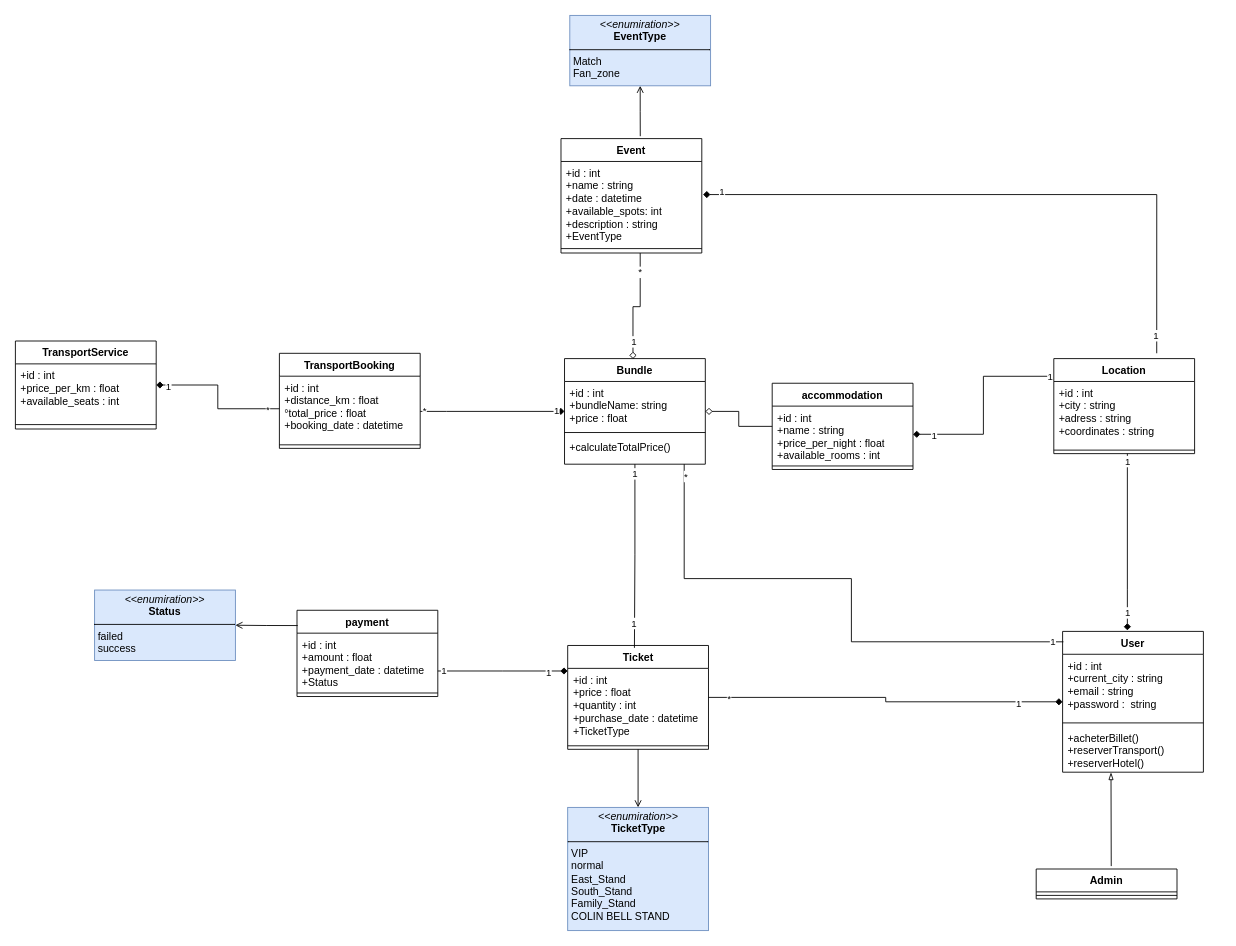
Before: yalla/public/assets/diagrams/V3.drawio in eljassimi/Yalla-Filrouge, a draw.io diagram. Source tidied: cells renumbered, new cells numbered last; positions are measured from the earlier drawing's top-left corner, leaving out a move shared by most shapes. Both pictures are drawn from the tidied source at 88%, with x=0, y=0 at pixel (15, 15).
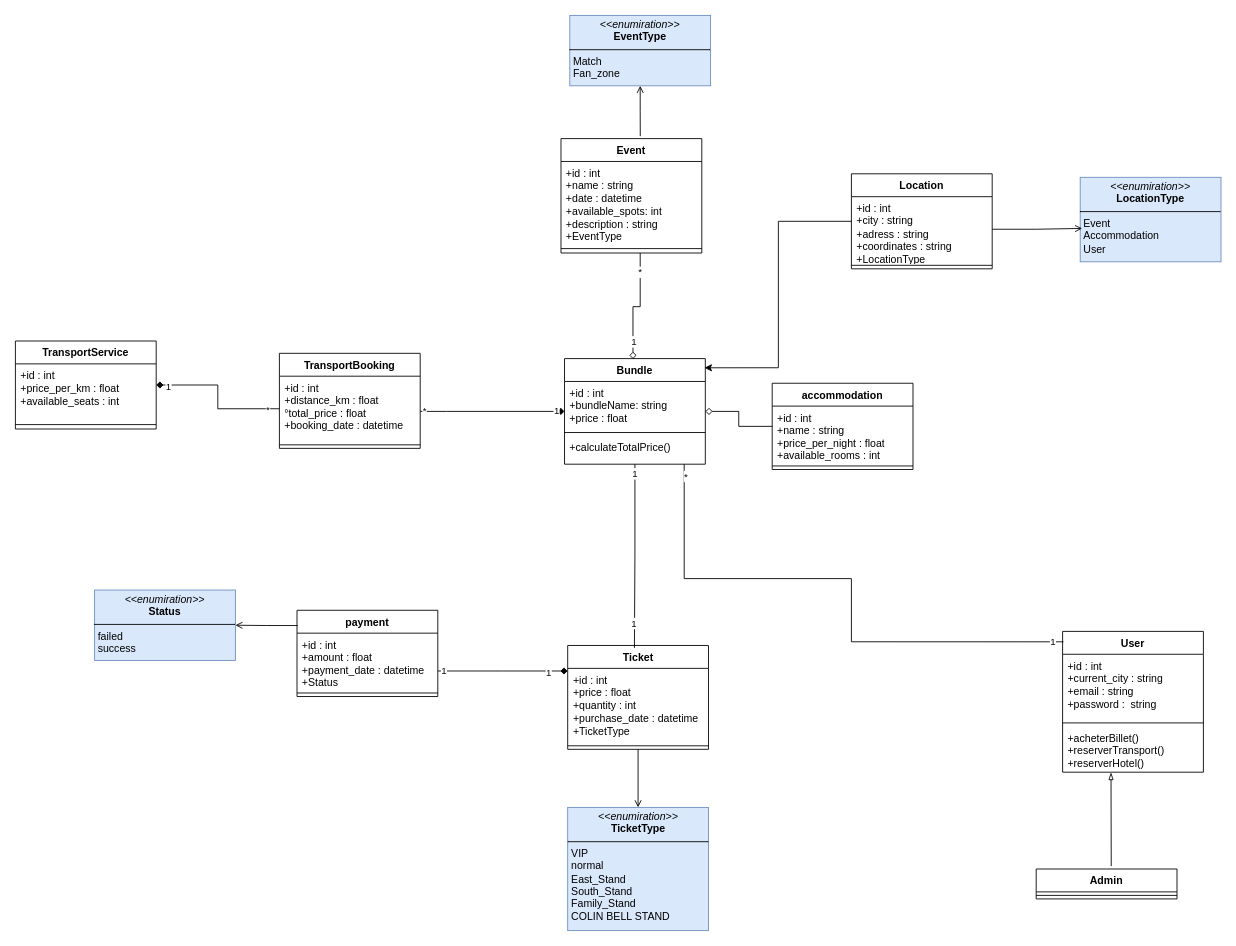
Above is the later version.

Unchanged cells that the change refers to:
```xml
<mxCell id="4" value="User" style="swimlane;fontStyle=1;align=center;verticalAlign=top;horizontal=1;startSize=26;whiteSpace=wrap;html=1;" parent="1" vertex="1">
  <mxGeometry x="1190" y="700" width="160" height="160" as="geometry" />
</mxCell>
<mxCell id="18" value="+id : int&lt;br&gt;+name : string&lt;br&gt;+date : datetime&amp;nbsp;&lt;br&gt;+available_spots:&amp;nbsp;int&lt;br&gt;+description : string&amp;nbsp;&lt;div&gt;+EventType&lt;/div&gt;" style="text;strokeColor=none;fillColor=none;align=left;verticalAlign=top;spacingLeft=4;spacingRight=4;overflow=hidden;points=[[0,0.5],[1,0.5]];portConstraint=eastwest;whiteSpace=wrap;html=1;" parent="17" vertex="1">
  <mxGeometry y="26" width="160" height="94" as="geometry" />
</mxCell>
<mxCell id="21" value="Ticket" style="swimlane;fontStyle=1;align=center;verticalAlign=top;horizontal=1;startSize=26;whiteSpace=wrap;html=1;" parent="1" vertex="1">
  <mxGeometry x="627.6" y="716" width="160" height="118" as="geometry" />
</mxCell>
<mxCell id="35" value="+id : int&lt;br&gt;+name : string&lt;div&gt;+price_per_night : float&lt;/div&gt;&lt;div&gt;+available_rooms : int&lt;/div&gt;" style="text;strokeColor=none;fillColor=none;align=left;verticalAlign=top;spacingLeft=4;spacingRight=4;overflow=hidden;points=[[0,0.5],[1,0.5]];portConstraint=eastwest;whiteSpace=wrap;html=1;" parent="34" vertex="1">
  <mxGeometry y="26" width="160" height="64" as="geometry" />
</mxCell>
<mxCell id="52" value="Bundle" style="swimlane;fontStyle=1;align=center;verticalAlign=top;horizontal=1;startSize=26;whiteSpace=wrap;html=1;" parent="1" vertex="1">
  <mxGeometry x="624" y="390" width="160" height="120" as="geometry" />
</mxCell>
```

Diff of the diagram source:
```diff
@@
-    <mxCell id="24" style="edgeStyle=orthogonalEdgeStyle;rounded=0;jettySize=auto;html=1;endArrow=diamond;endFill=1;elbow=vertical;exitX=-0.015;exitY=0.186;exitDx=0;exitDy=0;exitPerimeter=0;" parent="1" edge="1" source="27" target="35">
-      <mxGeometry relative="1" as="geometry" />
-    </mxCell>
-    <mxCell id="25" value="1" style="edgeLabel;html=1;align=center;verticalAlign=middle;" parent="24" vertex="1">
-      <mxGeometry x="-0.98" relative="1" as="geometry" />
-    </mxCell>
-    <mxCell id="26" value="1" style="edgeLabel;html=1;align=center;verticalAlign=middle;" parent="24" vertex="1">
-      <mxGeometry x="0.79" y="1" relative="1" as="geometry" />
-    </mxCell>
     <mxCell id="27" value="Location" style="swimlane;fontStyle=1;align=center;verticalAlign=top;horizontal=1;startSize=26;whiteSpace=wrap;html=1;" parent="1" vertex="1">
-      <mxGeometry x="1180" y="390" width="160" height="108" as="geometry" />
+      <mxGeometry x="950" y="180" width="160" height="108" as="geometry" />
     </mxCell>
-    <mxCell id="28" value="+id : int&lt;br&gt;&lt;div&gt;+city : string&lt;/div&gt;&lt;div&gt;+adress : string&lt;/div&gt;&lt;div&gt;+coordinates : string&amp;nbsp;&lt;/div&gt;" style="text;strokeColor=none;fillColor=none;align=left;verticalAlign=top;spacingLeft=4;spacingRight=4;overflow=hidden;points=[[0,0.5],[1,0.5]];portConstraint=eastwest;whiteSpace=wrap;html=1;" parent="27" vertex="1">
+    <mxCell id="28" value="+id : int&lt;br&gt;&lt;div&gt;+city : string&lt;/div&gt;&lt;div&gt;+adress : string&lt;/div&gt;&lt;div&gt;+coordinates : string&amp;nbsp;&lt;/div&gt;&lt;div&gt;+LocationType&lt;/div&gt;" style="text;strokeColor=none;fillColor=none;align=left;verticalAlign=top;spacingLeft=4;spacingRight=4;overflow=hidden;points=[[0,0.5],[1,0.5]];portConstraint=eastwest;whiteSpace=wrap;html=1;" parent="27" vertex="1">
       <mxGeometry y="26" width="160" height="74" as="geometry" />
     </mxCell>
@@
-    <mxCell id="44" style="edgeStyle=elbowEdgeStyle;rounded=0;jettySize=auto;html=1;endArrow=none;startFill=1;startArrow=diamond;" parent="1" edge="1" source="4" target="21">
-      <mxGeometry relative="1" as="geometry" />
-    </mxCell>
-    <mxCell id="45" value="*" style="edgeLabel;html=1;align=center;verticalAlign=middle;" parent="44" vertex="1">
-      <mxGeometry x="0.89" y="1" relative="1" as="geometry" />
-    </mxCell>
-    <mxCell id="46" value="1" style="edgeLabel;html=1;align=center;verticalAlign=middle;" parent="44" vertex="1">
-      <mxGeometry x="-0.75" y="1" relative="1" as="geometry" />
-    </mxCell>
@@
-    <mxCell id="59" style="edgeStyle=orthogonalEdgeStyle;rounded=0;jettySize=auto;html=1;entryX=0.46;entryY=-0.007;entryDx=0;entryDy=0;entryPerimeter=0;endArrow=diamond;endFill=1;elbow=vertical;" parent="1" edge="1" source="27" target="4">
-      <mxGeometry relative="1" as="geometry">
-        <Array as="points">
-          <mxPoint x="1264" y="652" />
-        </Array>
-      </mxGeometry>
-    </mxCell>
-    <mxCell id="60" value="1" style="edgeLabel;html=1;align=center;verticalAlign=middle;" parent="59" vertex="1">
-      <mxGeometry x="-0.92" relative="1" as="geometry" />
-    </mxCell>
-    <mxCell id="61" value="1" style="edgeLabel;html=1;align=center;verticalAlign=middle;" parent="59" vertex="1">
-      <mxGeometry x="0.79" relative="1" as="geometry" />
-    </mxCell>
-    <mxCell id="62" style="edgeStyle=orthogonalEdgeStyle;rounded=0;jettySize=auto;html=1;entryX=0.731;entryY=-0.056;entryDx=0;entryDy=0;exitX=1.009;exitY=0.4;exitDx=0;exitDy=0;exitPerimeter=0;endArrow=none;endFill=1;elbow=vertical;entryPerimeter=0;startFill=1;startArrow=diamond;" parent="1" edge="1" source="18" target="27">
-      <mxGeometry relative="1" as="geometry" />
-    </mxCell>
-    <mxCell id="63" value="1" style="edgeLabel;html=1;align=center;verticalAlign=middle;" parent="62" vertex="1">
-      <mxGeometry x="-0.94" y="3" relative="1" as="geometry" />
-    </mxCell>
-    <mxCell id="64" value="1" style="edgeLabel;html=1;align=center;verticalAlign=middle;" parent="62" vertex="1">
-      <mxGeometry x="0.94" y="-1" relative="1" as="geometry" />
-    </mxCell>
@@
+    <mxCell id="71" style="edgeStyle=orthogonalEdgeStyle;rounded=0;jettySize=auto;html=1;entryX=0.994;entryY=0.087;entryDx=0;entryDy=0;entryPerimeter=0;" parent="1" edge="1" source="27" target="52">
+      <mxGeometry relative="1" as="geometry" />
+    </mxCell>
+    <mxCell id="72" value="&lt;p style=&quot;margin:0px;margin-top:4px;text-align:center;&quot;&gt;&lt;i&gt;&amp;lt;&amp;lt;enumiration&amp;gt;&amp;gt;&lt;/i&gt;&lt;br&gt;&lt;b&gt;LocationType&lt;/b&gt;&lt;/p&gt;&lt;hr size=&quot;1&quot; style=&quot;border-style:solid;&quot;&gt;&lt;p style=&quot;margin:0px;margin-left:4px;&quot;&gt;Event&lt;br&gt;Accommodation&lt;br&gt;User&lt;/p&gt;&lt;p style=&quot;margin:0px;margin-left:4px;&quot;&gt;&lt;br&gt;&lt;/p&gt;" style="verticalAlign=top;align=left;overflow=fill;html=1;whiteSpace=wrap;fillColor=#dae8fc;strokeColor=#6c8ebf;" parent="1" vertex="1">
+      <mxGeometry x="1210" y="184" width="160" height="96" as="geometry" />
+    </mxCell>
+    <mxCell id="73" style="edgeStyle=orthogonalEdgeStyle;rounded=0;jettySize=auto;html=1;entryX=0.014;entryY=0.605;entryDx=0;entryDy=0;entryPerimeter=0;endArrow=open;endFill=0;" parent="1" edge="1" source="28" target="72">
+      <mxGeometry relative="1" as="geometry" />
+    </mxCell>
```
